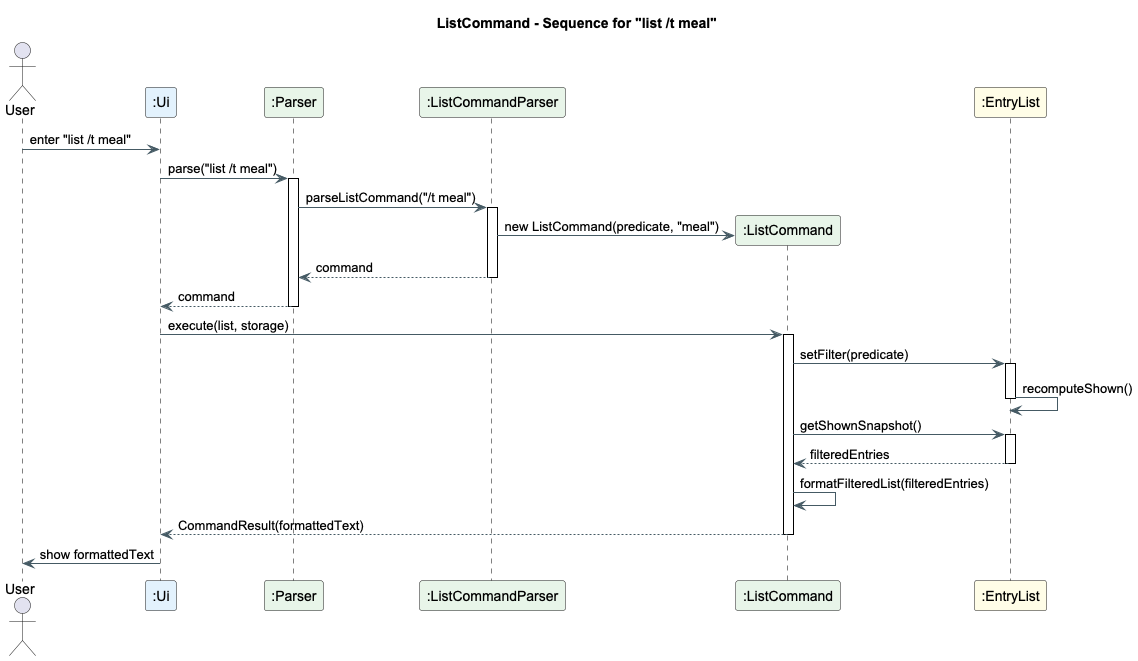
Earlier version of the PlantUML export docs/images/ListCommandSequenceDiagram.png (Ibrashoukry/tp). Its diagram source:
```plantuml
@startuml
title ListCommand - Sequence for "list /t meal"

skinparam shadowing false
skinparam defaultFontName Arial
skinparam sequence {
  LifeLineBorderColor black
  BoxBorderColor #90A4AE
  BoxBackgroundColor #F5F7FA
  ArrowColor #455A64
  ArrowThickness 1
}

!define UI #E3F2FD
!define LOGIC #E8F5E9
!define MODEL #FFFDE7

actor User
participant ":Ui" as Ui UI
participant ":Parser" as Parser LOGIC
participant ":ListCommandParser" as ListParser LOGIC
participant ":ListCommand" as ListCmd LOGIC
participant ":EntryList" as EntryList MODEL

User -> Ui : enter "list /t meal"
Ui -> Parser : parse("list /t meal")
activate Parser

Parser -> ListParser : parseListCommand("/t meal")
activate ListParser

create ListCmd
ListParser -> ListCmd : new ListCommand(predicate, "meal")
ListParser --> Parser : command
deactivate ListParser

Parser --> Ui : command
deactivate Parser

Ui -> ListCmd : execute(list, storage)
activate ListCmd

ListCmd -> EntryList : setFilter(predicate)
activate EntryList
EntryList -> EntryList : recomputeShown()
deactivate EntryList

ListCmd -> EntryList : getShownSnapshot()
activate EntryList
EntryList --> ListCmd : filteredEntries
deactivate EntryList

ListCmd -> ListCmd : formatFilteredList(filteredEntries)
ListCmd --> Ui : CommandResult(formattedText)
deactivate ListCmd

Ui -> User : show formattedText
@enduml
```
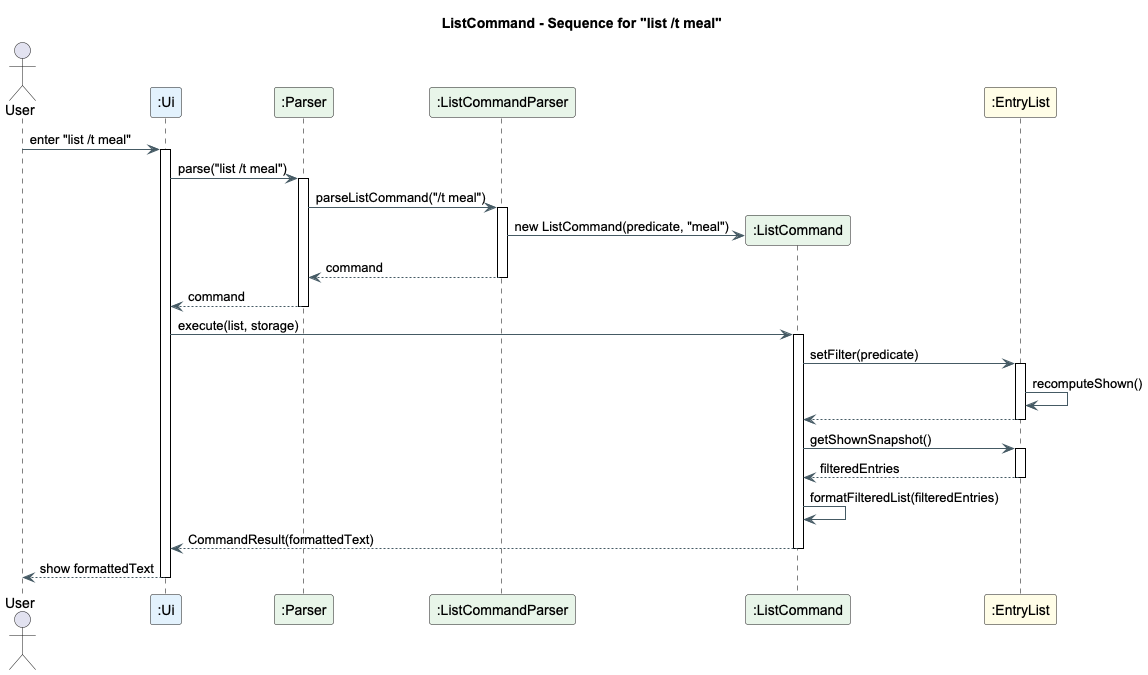
After the commit.

Commit message:
add class and sequence diagrams and updated DG for listCommand and dashboard

What changed in the source:
```diff
@@ -23,9 +23,10 @@
 participant ":EntryList" as EntryList MODEL
 
 User -> Ui : enter "list /t meal"
+activate Ui
+
 Ui -> Parser : parse("list /t meal")
 activate Parser
-
 Parser -> ListParser : parseListCommand("/t meal")
 activate ListParser
 
@@ -43,6 +44,7 @@
 ListCmd -> EntryList : setFilter(predicate)
 activate EntryList
 EntryList -> EntryList : recomputeShown()
+EntryList --> ListCmd
 deactivate EntryList
 
 ListCmd -> EntryList : getShownSnapshot()
@@ -54,5 +56,6 @@
 ListCmd --> Ui : CommandResult(formattedText)
 deactivate ListCmd
 
-Ui -> User : show formattedText
+Ui --> User : show formattedText
+deactivate Ui
 @enduml
```
